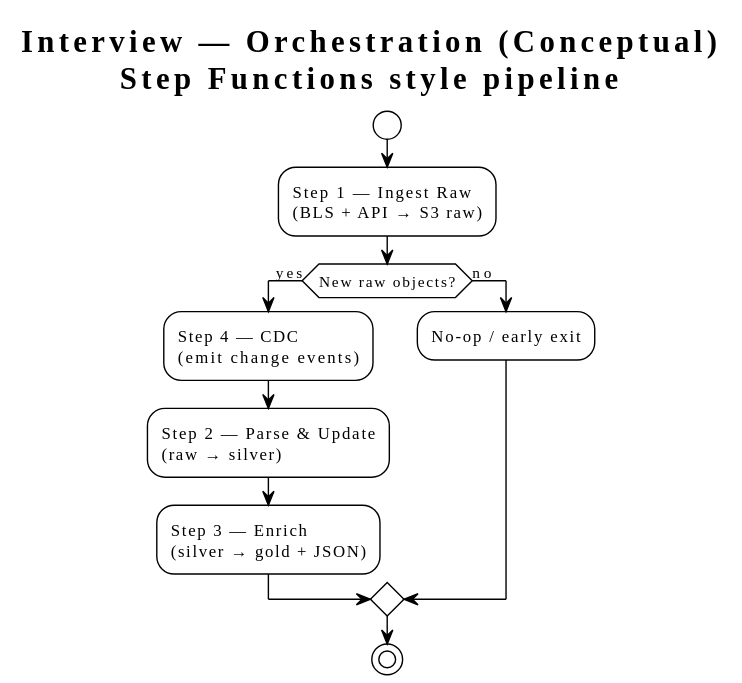
TechR10n/fomc-agent keeps this PlantUML diagram as site/diagrams/interview-orchestration.svg. Above is the earlier version. The source it was exported from:
```plantuml
@startuml
!theme plain
title Interview — Orchestration (Conceptual)\nStep Functions style pipeline

start

:Step 1 — Ingest Raw\n(BLS + API → S3 raw);

if (New raw objects?) then (yes)
  :Step 4 — CDC\n(emit change events);
  :Step 2 — Parse & Update\n(raw → silver);
  :Step 3 — Enrich\n(silver → gold + JSON);
else (no)
  :No-op / early exit;
endif

stop
@enduml
```
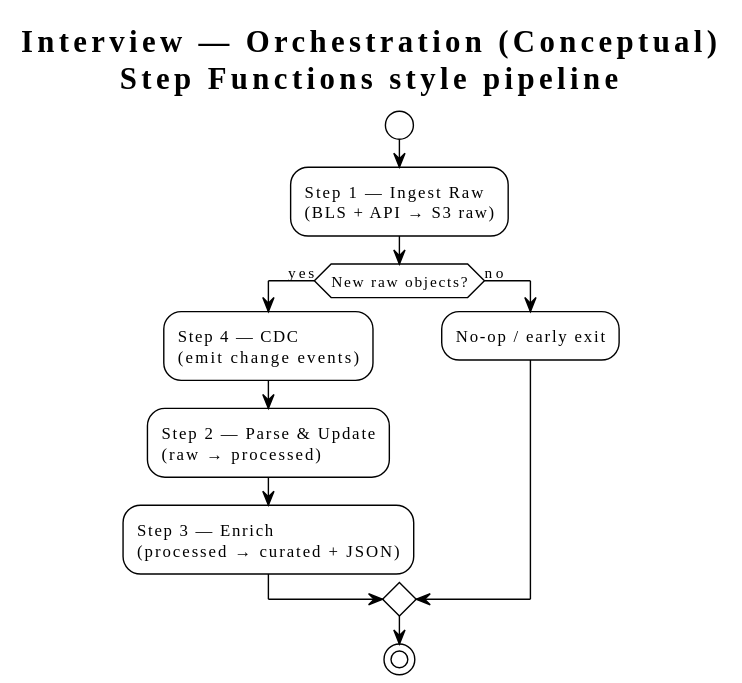
After the commit.

The edit, as a diff of the source:
```diff
@@ -8,8 +8,8 @@
 
 if (New raw objects?) then (yes)
   :Step 4 — CDC\n(emit change events);
-  :Step 2 — Parse & Update\n(raw → silver);
-  :Step 3 — Enrich\n(silver → gold + JSON);
+  :Step 2 — Parse & Update\n(raw → processed);
+  :Step 3 — Enrich\n(processed → curated + JSON);
 else (no)
   :No-op / early exit;
 endif
```
